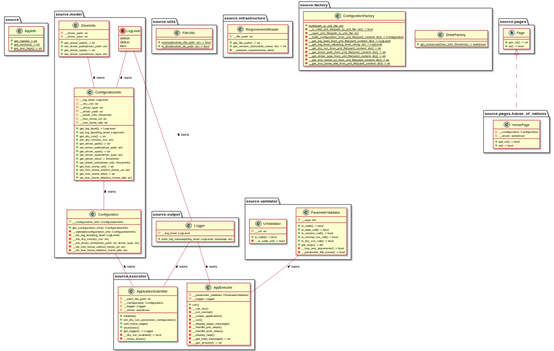
sksdotsauravs-beuth/application-automizer keeps this PlantUML diagram as images/class_diagram.svg. Above is the earlier version. Its diagram source:
```plantuml
@startuml

class source.AppInfo {
    {static} +get_name() -> str
    {static} +get_version() -> str
    {static} +get_text_logo() -> str
}

class source.output.Logger {
    -__log_level: LogLevel
    +print_log_message(log_level: LogLevel, message: str)
}

enum source.model.LogLevel {
    ERROR
    DEBUG
    INFO
}

source.model.LogLevel -- source.output.Logger : < owns

class source.model.DriverInfo {
    -__driver_path: str
    -__driver_type: str
    +get_driver_path() -> str
    +set_driver_path(driver_path: str)
    +get_driver_type() -> str
    +set_driver_type(driver_type: str)
}


class source.model.ConfigurationInfo {
    -__log_level: LogLevel
    -__dry_run: str
    -__driver_type: str
    -__driver_path: str
    -__driver_info: DriverInfo
    -__hon_home_url: str
    -__hon_home_title: str

    +get_log_level() -> LogLevel
    +set_log_level(log_level: LogLevel)
    +get_dry_run() -> str
    +set_dry_run(dry_run: str)
    +get_driver_path() -> str
    +set_driver_path(driver_path: str)
    +get_driver_type() -> str
    +set_driver_type(driver_type: str)
    +get_driver_info() -> DriverInfo
    +set_driver_info(driver_info: DriverInfo)
    +get_hon_home_url() -> str
    +set_hon_home_url(hon_home_url: str)
    +get_hon_home_title() -> str
    +set_hon_home_title(hon_home_title: str)
}

source.model.LogLevel -- source.model.ConfigurationInfo : < owns
source.model.DriverInfo -- source.model.ConfigurationInfo : < owns

class source.model.Configuration {
    -__configuration_info: ConfigurationInfo
    +get_configuration_info(): ConfigurationInfo
    -__validate(configuration_info: ConfigurationInfo)
    -__init_log_level(log_level: LogLevel)
    -__init_dry_run(dry_run: str)
    -__init_driver_info(driver_path: str, driver_type: str)
    -__init_hon_home_url(hon_home_url: str)
    -__init_hon_home_title(hon_home_title: str)
}

source.model.ConfigurationInfo -- source.model.Configuration : < owns

class source.utils.FileUtils {
    {static} +exists(absolute_file_path: str) -> bool
    {static} +is_dir(absolute_dir_path: str) -> bool
}

class source.validator.ParameterValidator {
    -__argv: list
    +is_valid() -> bool
    +is_help_call() -> bool
    +is_version_call() -> bool
    +is_normal_run_call() -> bool
    +is_dry_run_call() -> bool
    +get_argv() -> list
    -__has_two_arguments() -> bool
    -__parameter_file_exists() -> bool
}

class source.validator.UrlValidator {
    -__url: str
    +is_valid() -> bool
    -__is_valid_url() -> bool
}

class source.infrastructure.RequirementsReader {
    -__file_path: str
    +get_file_path() -> str
    +get_version_of(module_name: str) -> str
    -__prepare_requirements_dict()
}

class source.factory.DriverFactory {
    {static} +get_instance(driver_info: DriverInfo) -> webdriver

}

class source.factory.ConfigurationFactory {
    {static} +build(path_to_yml_file: str)
    {static} -__is_valid_yml_file(path_to_yml_file: str)) -> bool
    {static} -__open_yml_file(path_to_yml_file: str)
    {static} -__build_configuration_from_yml_file(yaml_content: dict) -> Configuration
    {static} -__get_log_level_from_yml_file(yaml_content: dict) -> LogLevel
    {static} -__get_log_level_value(log_level_string: str) -> LogLevel
    {static} -__get_dry_run_from_yml_file(yaml_content: dict) -> str
    {static} -__get_driver_path_from_yml_file(yaml_content: dict) -> str
    {static} -__get_driver_type_from_yml_file(yaml_content: dict) -> str
    {static} -__get_hon_home_url_from_yml_file(yaml_content: dict) -> str
    {static} -__get_hon_home_title_from_yml_file(yaml_content: dict) -> str
}

abstract class source.pages.Page {
    {abstract} +get_url() -> str
    {abstract} +at() -> bool
}

class source.pages.house_of_nations.HomePage implements source.pages.Page {
    -__configuration: Configuration
    -__driver: webdriver
    +get_url() -> bool
    +at() -> bool
}

class source.executor.ApplicationSubmitter {
    -__yaml_file_path: str
    -__configuration: Configuration
    -__logger: Logger
    -__driver: webdriver
    +initialize()
    +set_dry_run_parameter_configuration()
    +visit_home_page()
    +shutdown()
    +get_logger() -> Logger
    -__dry_run_enabled() -> bool
    -__close_driver()
}

source.output.Logger -- source.executor.ApplicationSubmitter : < owns
source.model.Configuration -- source.executor.ApplicationSubmitter : < owns

class source.executor.AppExecutor {
    -__parameter_validator: ParameterValidator
    -__logger: Logger
    +run()
    -__run_dry()
    -__run_normal()
    -__create_application()
    -__run()
    -__display_begin_message()
    -__handle_pre_steps()
    -__handle_post_steps()
    -__display_help()
    -__get_help_message() -> str
    -__get_artwork() -> str
}

source.output.Logger -- source.executor.AppExecutor : < owns
source.validator.ParameterValidator -- source.executor.AppExecutor : < owns

@enduml
```
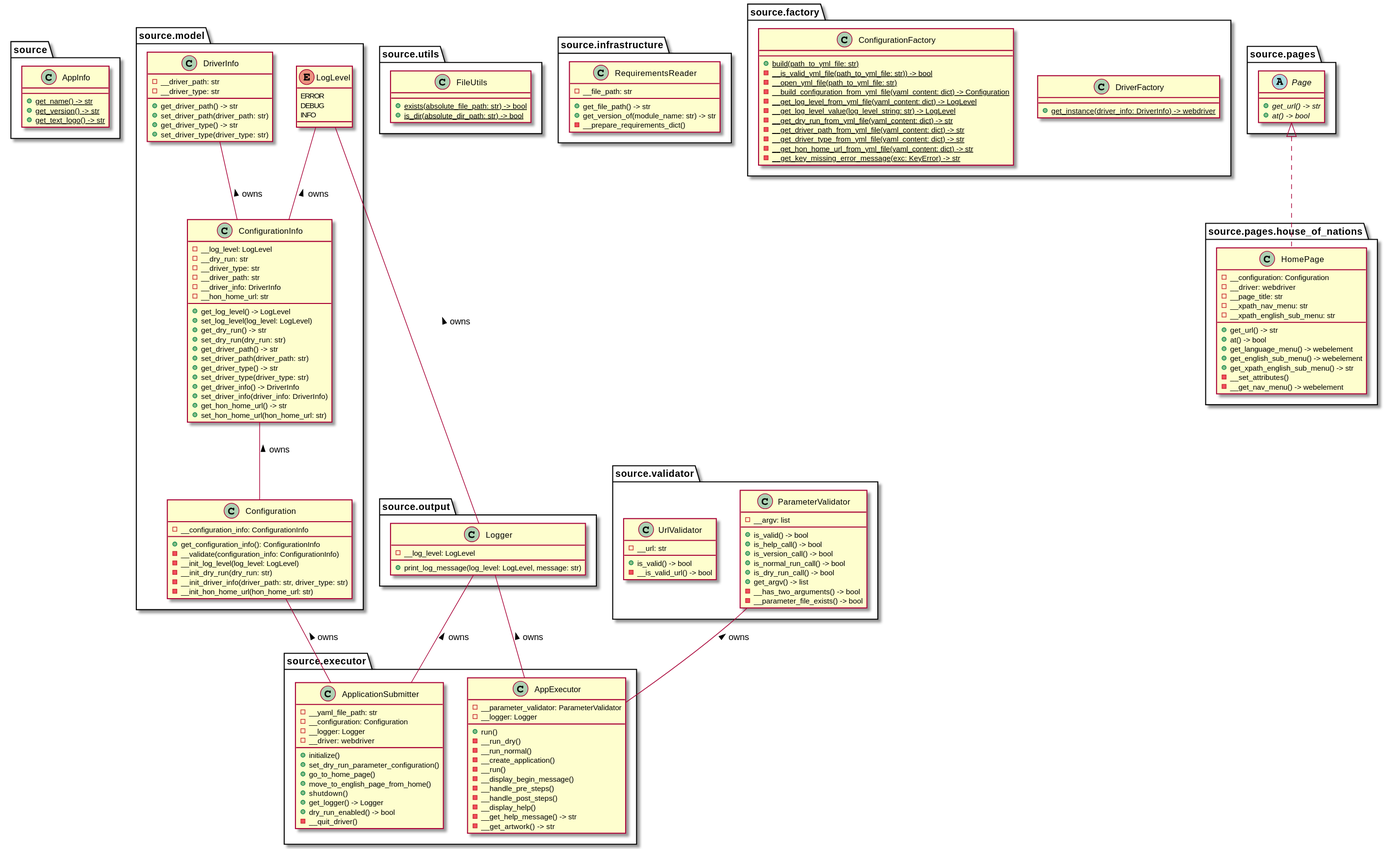
Later version of the same file.

Commit message:
- added support to visit english page | minor refactoring | updated plant-uml sources and diagrams

The edit, as a diff of the source:
```diff
@@ -36,7 +36,6 @@
     -__driver_path: str
     -__driver_info: DriverInfo
     -__hon_home_url: str
-    -__hon_home_title: str
 
     +get_log_level() -> LogLevel
     +set_log_level(log_level: LogLevel)
@@ -50,8 +49,6 @@
     +set_driver_info(driver_info: DriverInfo)
     +get_hon_home_url() -> str
     +set_hon_home_url(hon_home_url: str)
-    +get_hon_home_title() -> str
-    +set_hon_home_title(hon_home_title: str)
 }
 
 source.model.LogLevel -- source.model.ConfigurationInfo : < owns
@@ -65,7 +62,6 @@
     -__init_dry_run(dry_run: str)
     -__init_driver_info(driver_path: str, driver_type: str)
     -__init_hon_home_url(hon_home_url: str)
-    -__init_hon_home_title(hon_home_title: str)
 }
 
 source.model.ConfigurationInfo -- source.model.Configuration : < owns
@@ -116,7 +112,7 @@
     {static} -__get_driver_path_from_yml_file(yaml_content: dict) -> str
     {static} -__get_driver_type_from_yml_file(yaml_content: dict) -> str
     {static} -__get_hon_home_url_from_yml_file(yaml_content: dict) -> str
-    {static} -__get_hon_home_title_from_yml_file(yaml_content: dict) -> str
+    {static} -__get_key_missing_error_message(exc: KeyError) -> str
 }
 
 abstract class source.pages.Page {
@@ -127,8 +123,16 @@
 class source.pages.house_of_nations.HomePage implements source.pages.Page {
     -__configuration: Configuration
     -__driver: webdriver
-    +get_url() -> bool
+    -__page_title: str
+    -__xpath_nav_menu: str
+    -__xpath_english_sub_menu: str
+    +get_url() -> str
     +at() -> bool
+    +get_language_menu() -> webelement
+    +get_english_sub_menu() -> webelement
+    +get_xpath_english_sub_menu() -> str
+    -__set_attributes()
+    -__get_nav_menu() -> webelement
 }
 
 class source.executor.ApplicationSubmitter {
@@ -138,11 +142,12 @@
     -__driver: webdriver
     +initialize()
     +set_dry_run_parameter_configuration()
-    +visit_home_page()
+    +go_to_home_page()
+    +move_to_english_page_from_home()
     +shutdown()
     +get_logger() -> Logger
-    -__dry_run_enabled() -> bool
-    -__close_driver()
+    +dry_run_enabled() -> bool
+    -__quit_driver()
 }
 
 source.output.Logger -- source.executor.ApplicationSubmitter : < owns
```
